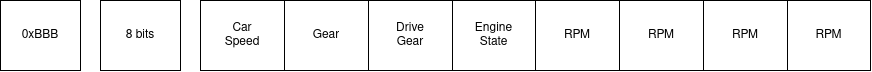
Before: docs/Input_Frame_Output_Handler.png, a diagram exported from draw.io (MatthewYung0/volvo-boot-camp-2022-smokey-lab). Source tidied: cells renumbered, new cells last; positions are measured from the earlier drawing's top-left corner, leaving out a move shared by most shapes.
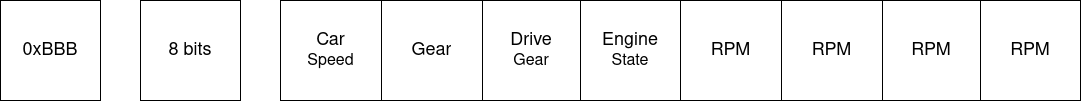
The same file after the commit.

What changed in the source:
```diff
@@ -3,40 +3,40 @@
     <mxCell id="0" />
     <mxCell id="1" parent="0" />
     <mxCell id="2" style="shape=table;startSize=0;" parent="1" vertex="1">
-      <mxGeometry x="200" width="670" height="70" as="geometry" />
+      <mxGeometry x="110" width="800" height="100" as="geometry" />
     </mxCell>
     <mxCell id="3" style="shape=tableRow;horizontal=0;startSize=0;swimlaneHead=0;swimlaneBody=0;top=0;left=0;bottom=0;right=0;fillColor=none;" parent="2" vertex="1">
-      <mxGeometry width="670" height="70" as="geometry" />
+      <mxGeometry width="800" height="100" as="geometry" />
     </mxCell>
-    <mxCell id="4" value="&lt;div&gt;Car&lt;/div&gt;&lt;div&gt;Speed&lt;/div&gt;" style="shape=partialRectangle;html=1;whiteSpace=wrap;overflow=hidden;fillColor=none;top=0;left=0;bottom=0;right=0;" parent="3" vertex="1">
-      <mxGeometry width="84" height="70" as="geometry" />
+    <mxCell id="4" value="&lt;div&gt;&lt;font style=&quot;font-size: 18px;&quot;&gt;Car&lt;/font&gt;&lt;/div&gt;&lt;div&gt;&lt;font size=&quot;3&quot;&gt;Speed&lt;/font&gt;&lt;/div&gt;" style="shape=partialRectangle;html=1;whiteSpace=wrap;overflow=hidden;fillColor=none;top=0;left=0;bottom=0;right=0;" parent="3" vertex="1">
+      <mxGeometry width="101" height="100" as="geometry" />
     </mxCell>
-    <mxCell id="5" value="Gear" style="shape=partialRectangle;html=1;whiteSpace=wrap;overflow=hidden;fillColor=none;top=0;left=0;bottom=0;right=0;" parent="3" vertex="1">
-      <mxGeometry x="84" width="84" height="70" as="geometry" />
+    <mxCell id="5" value="&lt;font style=&quot;font-size: 18px;&quot;&gt;Gear&lt;/font&gt;" style="shape=partialRectangle;html=1;whiteSpace=wrap;overflow=hidden;fillColor=none;top=0;left=0;bottom=0;right=0;" parent="3" vertex="1">
+      <mxGeometry x="101" width="101" height="100" as="geometry" />
     </mxCell>
-    <mxCell id="6" value="&lt;div&gt;Drive&lt;/div&gt;&lt;div&gt;Gear&lt;/div&gt;" style="shape=partialRectangle;html=1;whiteSpace=wrap;overflow=hidden;fillColor=none;top=0;left=0;bottom=0;right=0;" parent="3" vertex="1">
-      <mxGeometry x="168" width="84" height="70" as="geometry" />
+    <mxCell id="6" value="&lt;div&gt;&lt;font style=&quot;font-size: 18px;&quot;&gt;Drive&lt;/font&gt;&lt;/div&gt;&lt;div&gt;&lt;font size=&quot;3&quot;&gt;Gear&lt;/font&gt;&lt;/div&gt;" style="shape=partialRectangle;html=1;whiteSpace=wrap;overflow=hidden;fillColor=none;top=0;left=0;bottom=0;right=0;" parent="3" vertex="1">
+      <mxGeometry x="202" width="98" height="100" as="geometry" />
     </mxCell>
-    <mxCell id="7" value="&lt;div&gt;Engine&lt;/div&gt;&lt;div&gt;State&lt;/div&gt;" style="shape=partialRectangle;html=1;whiteSpace=wrap;overflow=hidden;fillColor=none;top=0;left=0;bottom=0;right=0;" parent="3" vertex="1">
-      <mxGeometry x="252" width="83" height="70" as="geometry" />
+    <mxCell id="7" value="&lt;div&gt;&lt;font style=&quot;font-size: 18px;&quot;&gt;Engine&lt;/font&gt;&lt;/div&gt;&lt;div&gt;&lt;font size=&quot;3&quot;&gt;State&lt;/font&gt;&lt;/div&gt;" style="shape=partialRectangle;html=1;whiteSpace=wrap;overflow=hidden;fillColor=none;top=0;left=0;bottom=0;right=0;" parent="3" vertex="1">
+      <mxGeometry x="300" width="100" height="100" as="geometry" />
     </mxCell>
-    <mxCell id="8" value="RPM" style="shape=partialRectangle;html=1;whiteSpace=wrap;overflow=hidden;fillColor=none;top=0;left=0;bottom=0;right=0;" parent="3" vertex="1">
-      <mxGeometry x="335" width="84" height="70" as="geometry" />
+    <mxCell id="8" value="&lt;font style=&quot;font-size: 18px;&quot;&gt;RPM&lt;/font&gt;" style="shape=partialRectangle;html=1;whiteSpace=wrap;overflow=hidden;fillColor=none;top=0;left=0;bottom=0;right=0;" parent="3" vertex="1">
+      <mxGeometry x="400" width="101" height="100" as="geometry" />
     </mxCell>
-    <mxCell id="9" value="RPM" style="shape=partialRectangle;html=1;whiteSpace=wrap;overflow=hidden;fillColor=none;top=0;left=0;bottom=0;right=0;" parent="3" vertex="1">
-      <mxGeometry x="419" width="84" height="70" as="geometry" />
+    <mxCell id="9" value="&lt;font style=&quot;font-size: 18px;&quot;&gt;RPM&lt;/font&gt;" style="shape=partialRectangle;html=1;whiteSpace=wrap;overflow=hidden;fillColor=none;top=0;left=0;bottom=0;right=0;" parent="3" vertex="1">
+      <mxGeometry x="501" width="101" height="100" as="geometry" />
     </mxCell>
-    <mxCell id="10" value="RPM" style="shape=partialRectangle;html=1;whiteSpace=wrap;overflow=hidden;fillColor=none;top=0;left=0;bottom=0;right=0;" parent="3" vertex="1">
-      <mxGeometry x="503" width="84" height="70" as="geometry" />
+    <mxCell id="10" value="&lt;font style=&quot;font-size: 18px;&quot;&gt;RPM&lt;/font&gt;" style="shape=partialRectangle;html=1;whiteSpace=wrap;overflow=hidden;fillColor=none;top=0;left=0;bottom=0;right=0;" parent="3" vertex="1">
+      <mxGeometry x="602" width="98" height="100" as="geometry" />
     </mxCell>
-    <mxCell id="11" value="RPM" style="shape=partialRectangle;html=1;whiteSpace=wrap;overflow=hidden;fillColor=none;top=0;left=0;bottom=0;right=0;" parent="3" vertex="1">
-      <mxGeometry x="587" width="83" height="70" as="geometry" />
+    <mxCell id="11" value="&lt;font style=&quot;font-size: 18px;&quot;&gt;RPM&lt;/font&gt;" style="shape=partialRectangle;html=1;whiteSpace=wrap;overflow=hidden;fillColor=none;top=0;left=0;bottom=0;right=0;" parent="3" vertex="1">
+      <mxGeometry x="700" width="100" height="100" as="geometry" />
     </mxCell>
-    <mxCell id="12" value="8 bits" style="rounded=0;whiteSpace=wrap;html=1;" parent="1" vertex="1">
-      <mxGeometry x="100" width="80" height="70" as="geometry" />
+    <mxCell id="12" value="&lt;font style=&quot;font-size: 18px;&quot;&gt;8 bits&lt;/font&gt;" style="rounded=0;whiteSpace=wrap;html=1;" parent="1" vertex="1">
+      <mxGeometry x="-30" width="100" height="100" as="geometry" />
     </mxCell>
-    <mxCell id="13" value="0xBBB" style="rounded=0;whiteSpace=wrap;html=1;" parent="1" vertex="1">
-      <mxGeometry width="80" height="70" as="geometry" />
+    <mxCell id="13" value="&lt;font style=&quot;font-size: 18px;&quot;&gt;0xBBB&lt;/font&gt;" style="rounded=0;whiteSpace=wrap;html=1;" parent="1" vertex="1">
+      <mxGeometry x="-170" width="100" height="100" as="geometry" />
     </mxCell>
   </root>
 </mxGraphModel>
```
